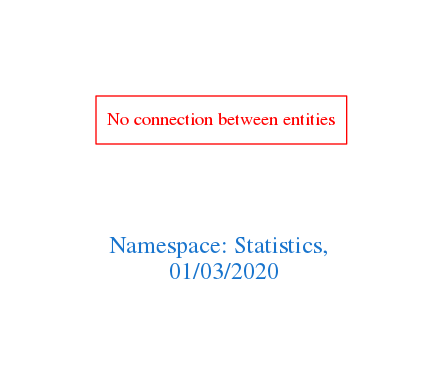
This is downloads/Statistics.png from arago/OGIT, a Graphviz export, as it was before one commit. Its source is kept beside it as downloads/Statistics.dot.
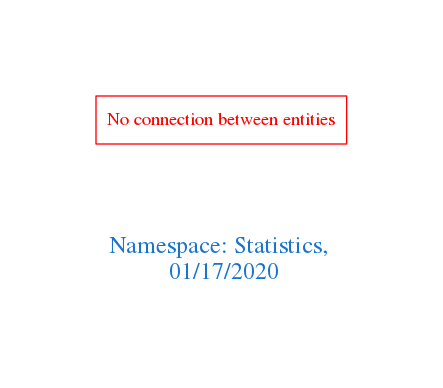
After the commit.

Diff of the diagram source:
```diff
@@ -1,7 +1,7 @@
 digraph OGIT_ontology {
  graph [ rankdir= LR,pad=1
 fontsize = 18,
-fontcolor= dodgerblue3,label = "\n\n\nNamespace: Statistics, \n 01/03/2020"];
+fontcolor= dodgerblue3,label = "\n\n\nNamespace: Statistics, \n 01/17/2020"];
 node[shape=polygon];
 edge [  color="gray81"];
 
```
